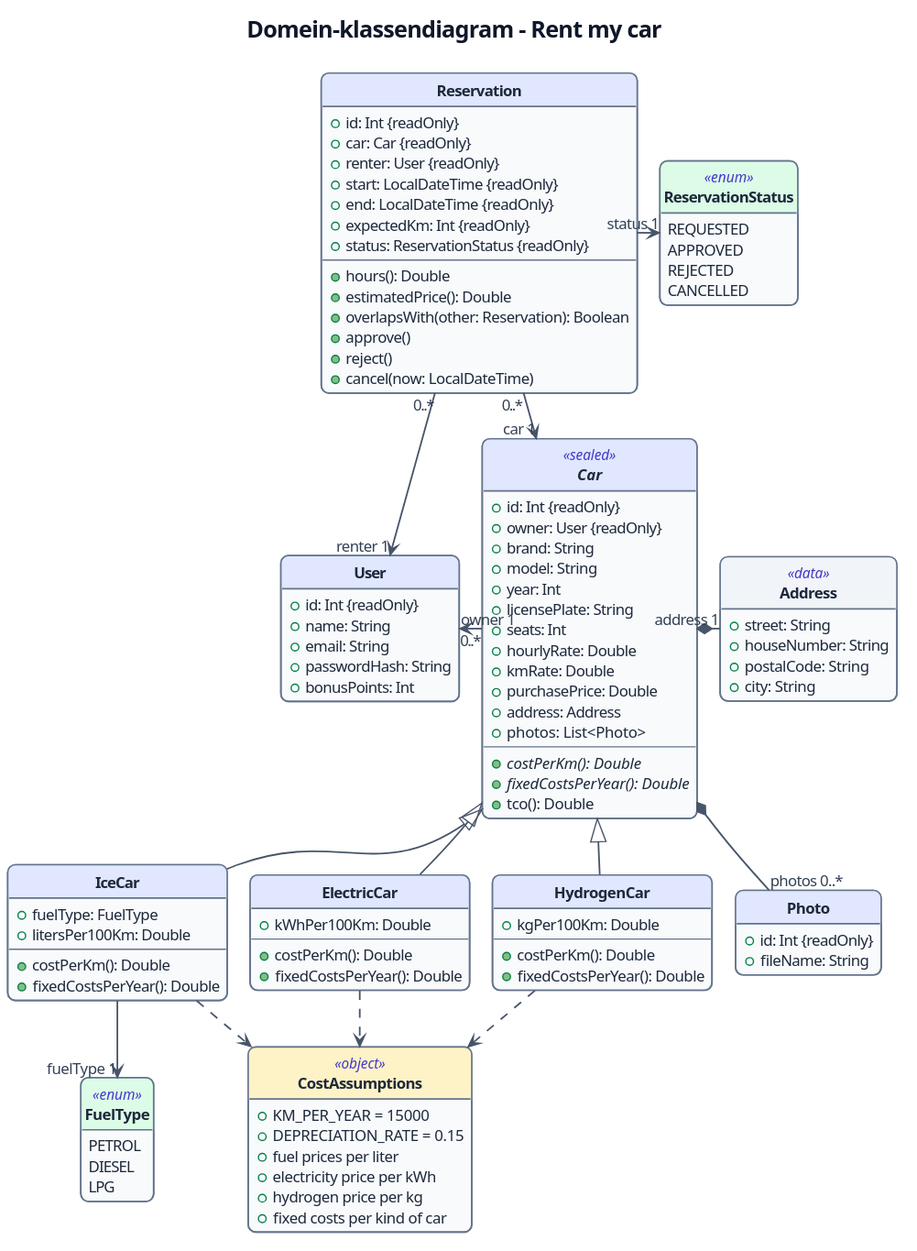
ThimoHarte/RentMyCar keeps this PlantUML diagram as docs/images/domain-class-diagram.svg. Above is the earlier version.
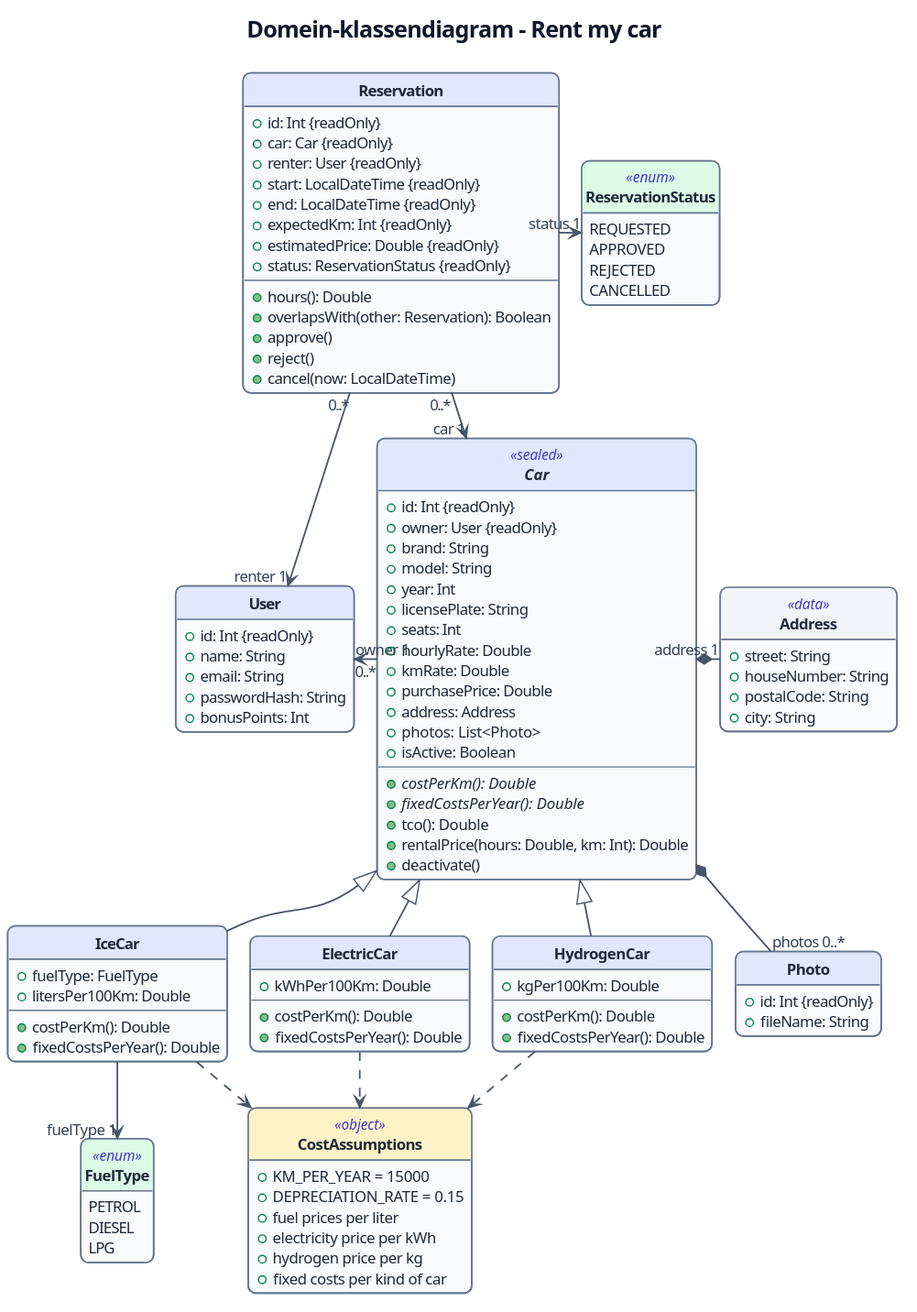
Later version of the same file.

What changed in the source:
```diff
@@ -16,10 +16,10 @@
   + start: LocalDateTime {readOnly}
   + end: LocalDateTime {readOnly}
   + expectedKm: Int {readOnly}
+  + estimatedPrice: Double {readOnly}
   + status: ReservationStatus {readOnly}
   --
   + hours(): Double
-  + estimatedPrice(): Double
   + overlapsWith(other: Reservation): Boolean
   + approve()
   + reject()
@@ -54,10 +54,13 @@
   + purchasePrice: Double
   + address: Address
   + photos: List<Photo>
+  + isActive: Boolean
   --
   + {abstract} costPerKm(): Double
   + {abstract} fixedCostsPerYear(): Double
   + tco(): Double
+  + rentalPrice(hours: Double, km: Int): Double
+  + deactivate()
 }
 
 class Address <<data>> {
```
